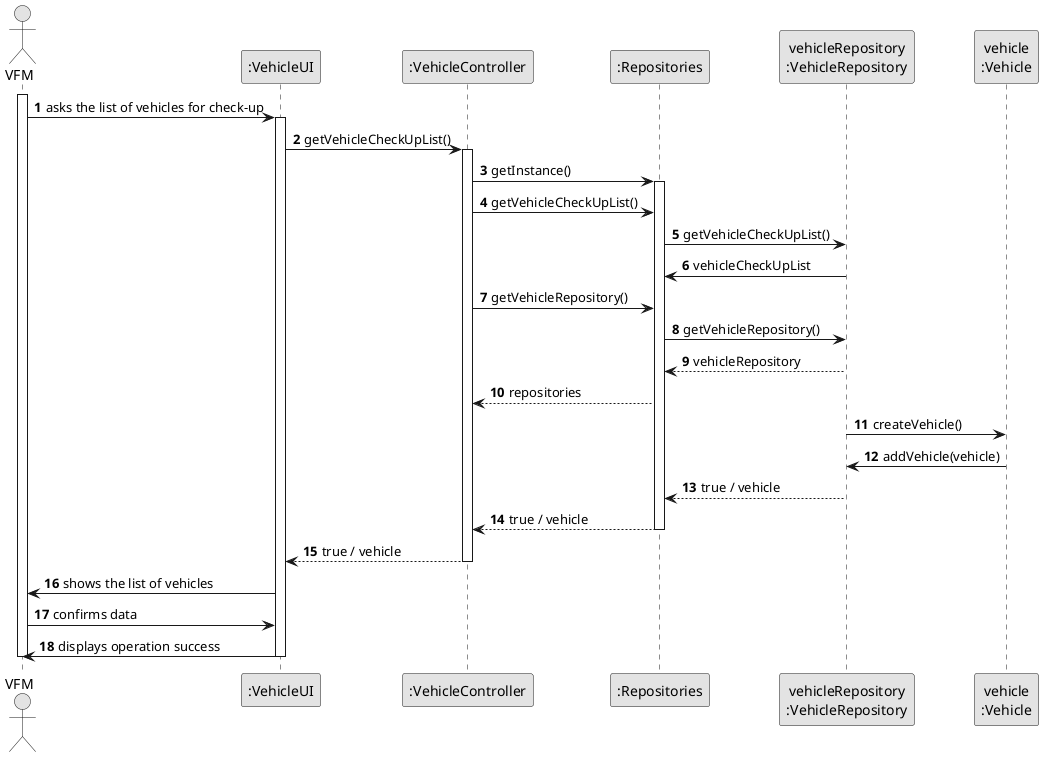
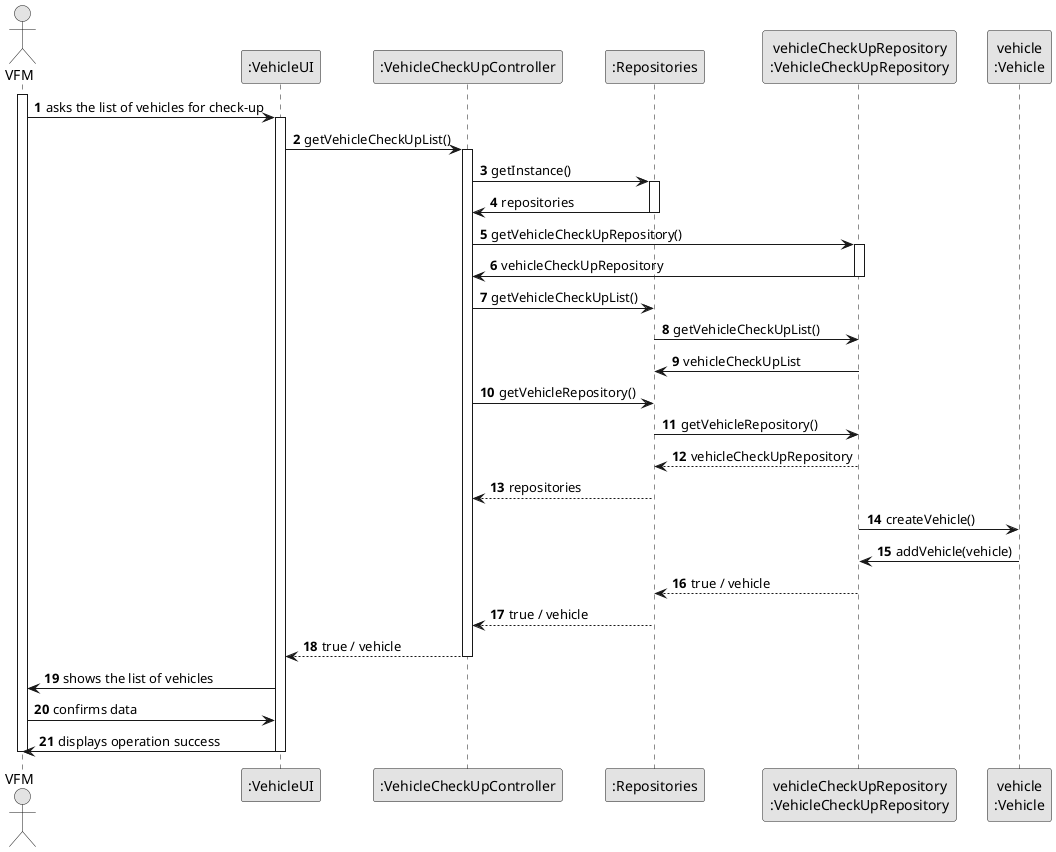
@startuml
skinparam monochrome true
skinparam packageStyle rectangle
skinparam shadowing false

autonumber

'hide footbox
actor "VFM" as VFM
participant ":VehicleUI" as UI
- participant ":VehicleController" as CTRL
+ participant ":VehicleCheckUpController" as CTRL
participant ":Repositories" as Repositories
- participant "vehicleRepository\n:VehicleRepository" as VehicleRepository
+ participant "vehicleCheckUpRepository\n:VehicleCheckUpRepository" as VehicleCheckUpRepository
participant "vehicle\n:Vehicle" as Vehicle

activate VFM

    VFM -> UI : asks the list of vehicles for check-up
    activate UI

-         UI -> CTRL : getVehicleCheckUpList()
-         activate CTRL
+     UI -> CTRL : getVehicleCheckUpList()
+     activate CTRL

-         CTRL -> Repositories : getInstance()
-         activate Repositories
+     CTRL -> Repositories : getInstance()
+     activate Repositories

-         CTRL -> Repositories : getVehicleCheckUpList()
+     Repositories -> CTRL : repositories
+     deactivate Repositories

-         Repositories -> VehicleRepository : getVehicleCheckUpList()
+     CTRL -> VehicleCheckUpRepository : getVehicleCheckUpRepository()
+     activate VehicleCheckUpRepository

-         VehicleRepository -> Repositories : vehicleCheckUpList
+     VehicleCheckUpRepository -> CTRL :vehicleCheckUpRepository
+     deactivate VehicleCheckUpRepository

-         CTRL -> Repositories : getVehicleRepository()
+     CTRL -> Repositories : getVehicleCheckUpList()

-         Repositories -> VehicleRepository : getVehicleRepository()
+     Repositories -> VehicleCheckUpRepository : getVehicleCheckUpList()

-         VehicleRepository --> Repositories : vehicleRepository
-         deactivate VehicleRepository
+     VehicleCheckUpRepository -> Repositories : vehicleCheckUpList

-         Repositories --> CTRL: repositories
+     CTRL -> Repositories : getVehicleRepository()

-         VehicleRepository -> Vehicle: createVehicle()
+     Repositories -> VehicleCheckUpRepository : getVehicleRepository()

-         Vehicle -> VehicleRepository: addVehicle(vehicle)
+     VehicleCheckUpRepository --> Repositories : vehicleCheckUpRepository
+     deactivate VehicleCheckUpRepository

-         VehicleRepository --> Repositories : true / vehicle
+     Repositories --> CTRL: repositories

-         Repositories --> CTRL : true / vehicle
-         deactivate Repositories
+     VehicleCheckUpRepository -> Vehicle: createVehicle()

-         deactivate VehicleRepository
+     Vehicle -> VehicleCheckUpRepository: addVehicle(vehicle)

-         CTRL --> UI: true / vehicle
-         deactivate CTRL
+     VehicleCheckUpRepository --> Repositories : true / vehicle

-         UI -> VFM : shows the list of vehicles
+     Repositories --> CTRL : true / vehicle
+     deactivate Repositories

-         VFM -> UI : confirms data
+     deactivate VehicleCheckUpRepository

-         UI -> VFM : displays operation success
+     CTRL --> UI: true / vehicle
+     deactivate CTRL
+ 
+     UI -> VFM : shows the list of vehicles
+ 
+     VFM -> UI : confirms data
+ 
+     UI -> VFM : displays operation success
    deactivate UI

deactivate VFM

@enduml